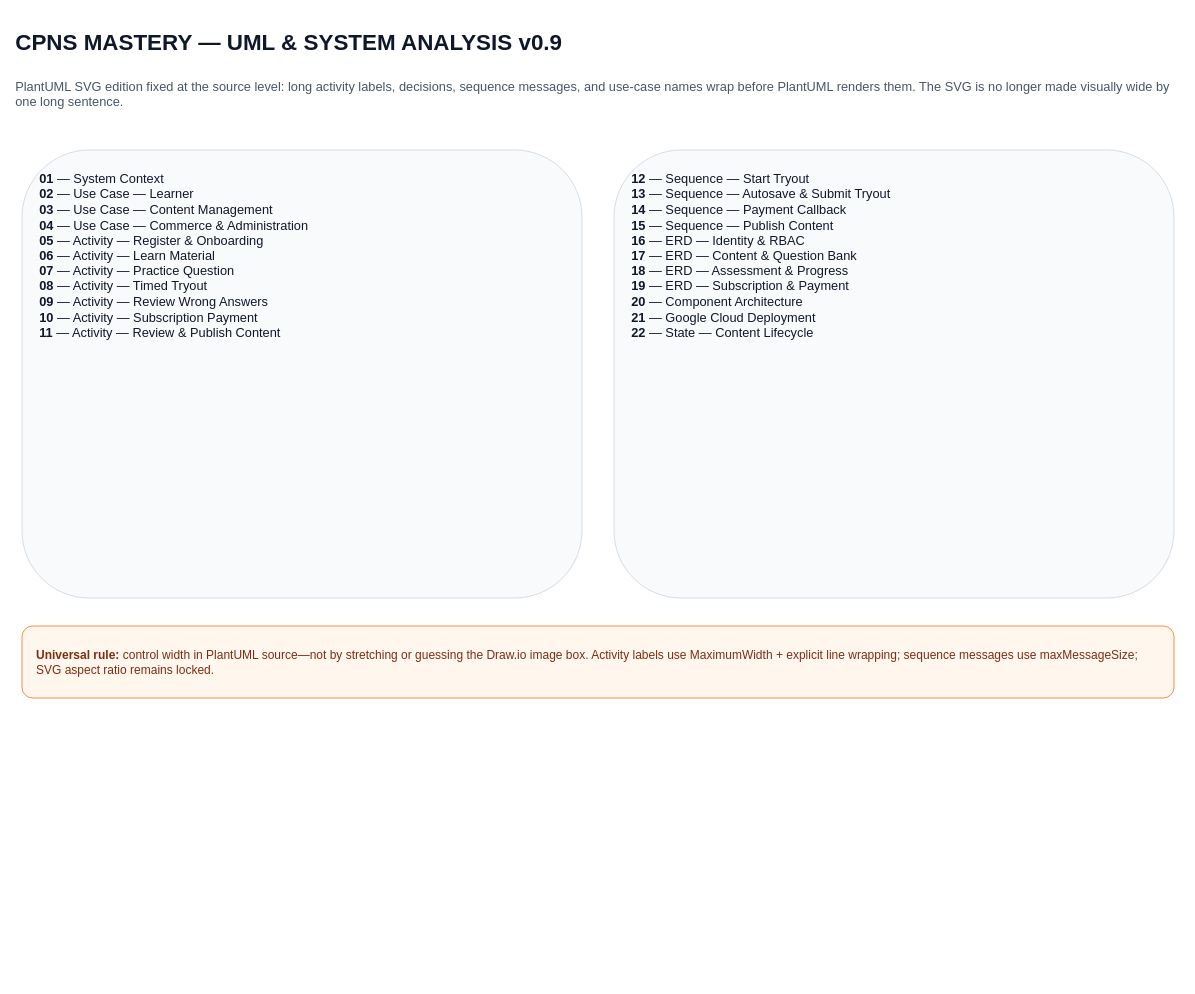
Above: page "00 · START HERE" (1 of 23) of PHASE 1 - PEMBAHASAN FLOW.drawio in cpnsbelajar791-hash/cpns-belajar.biz.id (draw.io), before the change. Source tidied: cells renumbered, new cells numbered last; positions are measured from the earlier drawing's top-left corner, leaving out a move shared by most shapes. Both pictures are drawn from the tidied source at 80%, with x=0, y=0 at pixel (14, 14).
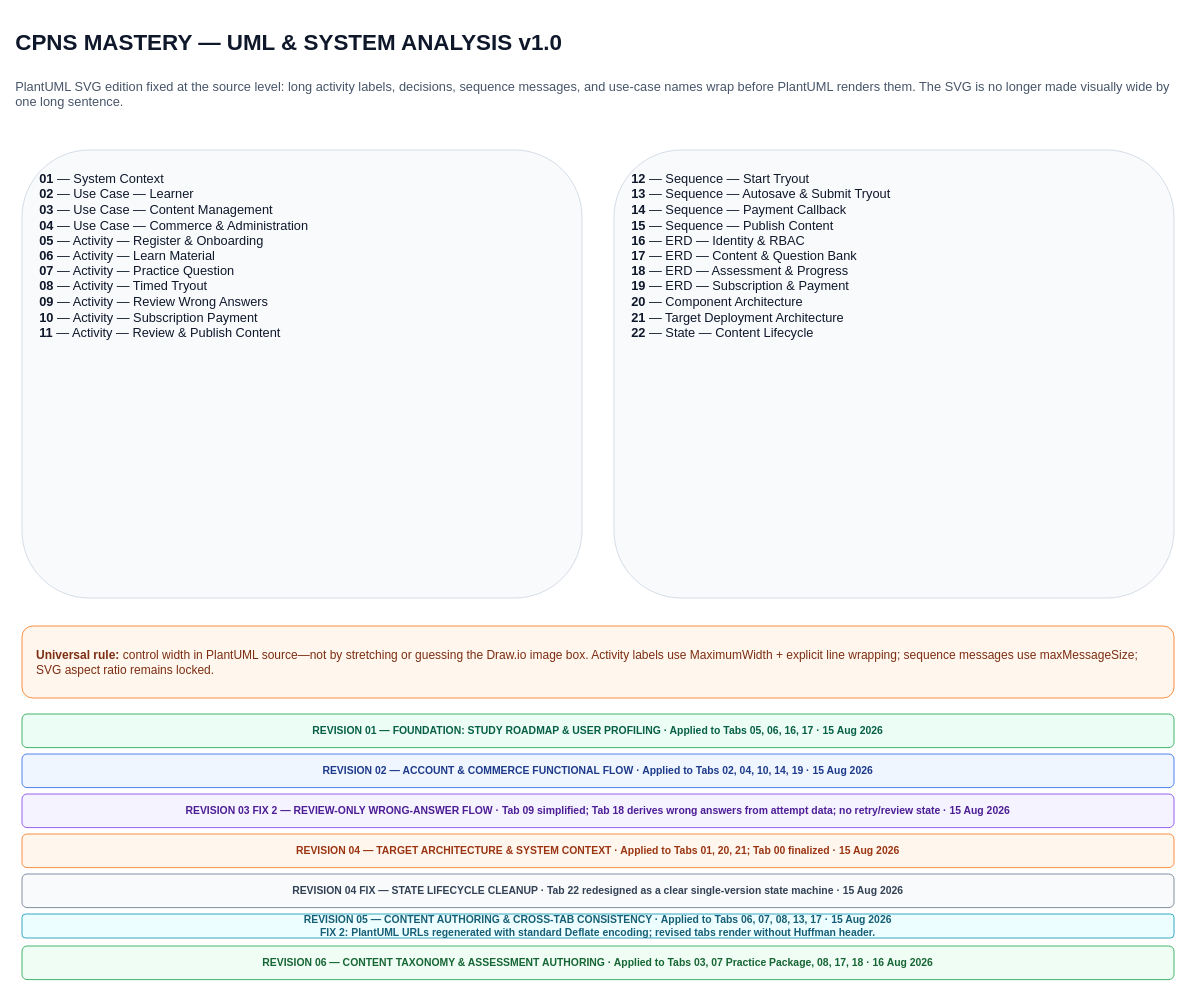
The same diagram, later.

Change to the diagram source:
```diff
@@
 <mxGraphModel background="#FFFFFF">
   <root>
     <mxCell id="0" />
     <mxCell id="1" parent="0" />
-    <mxCell id="2" value="CPNS MASTERY — UML &amp; SYSTEM ANALYSIS v0.9" style="text;html=1;strokeColor=none;fillColor=none;align=left;verticalAlign=middle;whiteSpace=wrap;fontSize=28;fontStyle=1;fontColor=#0F172A;" parent="1" vertex="1">
+    <mxCell id="2" value="CPNS MASTERY — UML &amp; SYSTEM ANALYSIS v1.0" style="text;html=1;strokeColor=none;fillColor=none;align=left;verticalAlign=middle;whiteSpace=wrap;fontSize=28;fontStyle=1;fontColor=#0F172A;" parent="1" vertex="1">
       <mxGeometry width="1460" height="70" as="geometry" />
     </mxCell>
     <mxCell id="3" value="PlantUML SVG edition fixed at the source level: long activity labels, decisions, sequence messages, and use-case names wrap before PlantUML renders them. The SVG is no longer made visually wide by one long sentence." style="text;html=1;strokeColor=none;fillColor=none;align=left;verticalAlign=top;whiteSpace=wrap;fontSize=16;fontColor=#475569;" parent="1" vertex="1">
       <mxGeometry y="75" width="1460" height="50" as="geometry" />
     </mxCell>
     <mxCell id="4" value="&lt;b&gt;01&lt;/b&gt; — System Context&lt;br&gt;&lt;b&gt;02&lt;/b&gt; — Use Case — Learner&lt;br&gt;&lt;b&gt;03&lt;/b&gt; — Use Case — Content Management&lt;br&gt;&lt;b&gt;04&lt;/b&gt; — Use Case — Commerce &amp; Administration&lt;br&gt;&lt;b&gt;05&lt;/b&gt; — Activity — Register &amp; Onboarding&lt;br&gt;&lt;b&gt;06&lt;/b&gt; — Activity — Learn Material&lt;br&gt;&lt;b&gt;07&lt;/b&gt; — Activity — Practice Question&lt;br&gt;&lt;b&gt;08&lt;/b&gt; — Activity — Timed Tryout&lt;br&gt;&lt;b&gt;09&lt;/b&gt; — Activity — Review Wrong Answers&lt;br&gt;&lt;b&gt;10&lt;/b&gt; — Activity — Subscription Payment&lt;br&gt;&lt;b&gt;11&lt;/b&gt; — Activity — Review &amp; Publish Content" style="rounded=1;whiteSpace=wrap;html=1;align=left;verticalAlign=top;spacing=22;fontSize=16;fillColor=#F8FAFC;strokeColor=#CBD5E1;fontColor=#0F172A;" parent="1" vertex="1">
       <mxGeometry x="10" y="170" width="700" height="560" as="geometry" />
     </mxCell>
-    <mxCell id="5" value="&lt;b&gt;12&lt;/b&gt; — Sequence — Start Tryout&lt;br&gt;&lt;b&gt;13&lt;/b&gt; — Sequence — Autosave &amp; Submit Tryout&lt;br&gt;&lt;b&gt;14&lt;/b&gt; — Sequence — Payment Callback&lt;br&gt;&lt;b&gt;15&lt;/b&gt; — Sequence — Publish Content&lt;br&gt;&lt;b&gt;16&lt;/b&gt; — ERD — Identity &amp; RBAC&lt;br&gt;&lt;b&gt;17&lt;/b&gt; — ERD — Content &amp; Question Bank&lt;br&gt;&lt;b&gt;18&lt;/b&gt; — ERD — Assessment &amp; Progress&lt;br&gt;&lt;b&gt;19&lt;/b&gt; — ERD — Subscription &amp; Payment&lt;br&gt;&lt;b&gt;20&lt;/b&gt; — Component Architecture&lt;br&gt;&lt;b&gt;21&lt;/b&gt; — Google Cloud Deployment&lt;br&gt;&lt;b&gt;22&lt;/b&gt; — State — Content Lifecycle" style="rounded=1;whiteSpace=wrap;html=1;align=left;verticalAlign=top;spacing=22;fontSize=16;fillColor=#F8FAFC;strokeColor=#CBD5E1;fontColor=#0F172A;" parent="1" vertex="1">
+    <mxCell id="5" value="&lt;b&gt;12&lt;/b&gt; — Sequence — Start Tryout&lt;br&gt;&lt;b&gt;13&lt;/b&gt; — Sequence — Autosave &amp; Submit Tryout&lt;br&gt;&lt;b&gt;14&lt;/b&gt; — Sequence — Payment Callback&lt;br&gt;&lt;b&gt;15&lt;/b&gt; — Sequence — Publish Content&lt;br&gt;&lt;b&gt;16&lt;/b&gt; — ERD — Identity &amp; RBAC&lt;br&gt;&lt;b&gt;17&lt;/b&gt; — ERD — Content &amp; Question Bank&lt;br&gt;&lt;b&gt;18&lt;/b&gt; — ERD — Assessment &amp; Progress&lt;br&gt;&lt;b&gt;19&lt;/b&gt; — ERD — Subscription &amp; Payment&lt;br&gt;&lt;b&gt;20&lt;/b&gt; — Component Architecture&lt;br&gt;&lt;b&gt;21&lt;/b&gt; — Target Deployment Architecture&lt;br&gt;&lt;b&gt;22&lt;/b&gt; — State — Content Lifecycle" style="rounded=1;whiteSpace=wrap;html=1;align=left;verticalAlign=top;spacing=22;fontSize=16;fillColor=#F8FAFC;strokeColor=#CBD5E1;fontColor=#0F172A;" parent="1" vertex="1">
       <mxGeometry x="750" y="170" width="700" height="560" as="geometry" />
     </mxCell>
     <mxCell id="6" value="&lt;b&gt;Universal rule:&lt;/b&gt; control width in PlantUML source—not by stretching or guessing the Draw.io image box. Activity labels use MaximumWidth + explicit line wrapping; sequence messages use maxMessageSize; SVG aspect ratio remains locked." style="rounded=1;whiteSpace=wrap;html=1;align=left;verticalAlign=middle;spacing=18;fontSize=15;fillColor=#FFF7ED;strokeColor=#F97316;fontColor=#7C2D12;" parent="1" vertex="1">
       <mxGeometry x="10" y="765" width="1440" height="90" as="geometry" />
     </mxCell>
+    <mxCell id="7" value="REVISION 01 — FOUNDATION: STUDY ROADMAP &amp;amp; USER PROFILING · Applied to Tabs 05, 06, 16, 17 · 15 Aug 2026" style="rounded=1;whiteSpace=wrap;html=1;align=center;verticalAlign=middle;fontSize=13;fontStyle=1;fillColor=#ECFDF5;strokeColor=#16A34A;fontColor=#065F46;" parent="1" vertex="1">
+      <mxGeometry x="10" y="875" width="1440" height="42" as="geometry" />
+    </mxCell>
+    <mxCell id="8" value="REVISION 02 — ACCOUNT &amp; COMMERCE FUNCTIONAL FLOW · Applied to Tabs 02, 04, 10, 14, 19 · 15 Aug 2026" style="rounded=1;whiteSpace=wrap;html=1;align=center;verticalAlign=middle;fontSize=13;fontStyle=1;fillColor=#EFF6FF;strokeColor=#2563EB;fontColor=#1E3A8A;" parent="1" vertex="1">
+      <mxGeometry x="10" y="925" width="1440" height="42" as="geometry" />
+    </mxCell>
+    <mxCell id="9" value="REVISION 03 FIX 2 — REVIEW-ONLY WRONG-ANSWER FLOW · Tab 09 simplified; Tab 18 derives wrong answers from attempt data; no retry/review state · 15 Aug 2026" style="rounded=1;whiteSpace=wrap;html=1;align=center;verticalAlign=middle;fontSize=13;fontStyle=1;fillColor=#F5F3FF;strokeColor=#7C3AED;fontColor=#4C1D95;" parent="1" vertex="1">
+      <mxGeometry x="10" y="975" width="1440" height="42" as="geometry" />
+    </mxCell>
+    <mxCell id="10" value="REVISION 04 — TARGET ARCHITECTURE &amp; SYSTEM CONTEXT · Applied to Tabs 01, 20, 21; Tab 00 finalized · 15 Aug 2026" style="rounded=1;whiteSpace=wrap;html=1;align=center;verticalAlign=middle;fontSize=13;fontStyle=1;fillColor=#FFF7ED;strokeColor=#F97316;fontColor=#9A3412;" parent="1" vertex="1">
+      <mxGeometry x="10" y="1025" width="1440" height="42" as="geometry" />
+    </mxCell>
+    <mxCell id="11" value="REVISION 04 FIX — STATE LIFECYCLE CLEANUP · Tab 22 redesigned as a clear single-version state machine · 15 Aug 2026" style="rounded=1;whiteSpace=wrap;html=1;align=center;verticalAlign=middle;fontSize=13;fontStyle=1;fillColor=#F8FAFC;strokeColor=#64748B;fontColor=#334155;" parent="1" vertex="1">
+      <mxGeometry x="10" y="1075" width="1440" height="42" as="geometry" />
+    </mxCell>
+    <mxCell id="12" value="REVISION 05 — CONTENT AUTHORING &amp;amp; CROSS-TAB CONSISTENCY · Applied to Tabs 06, 07, 08, 13, 17 · 15 Aug 2026&lt;br&gt;&lt;b&gt;FIX 2:&lt;/b&gt; PlantUML URLs regenerated with standard Deflate encoding; revised tabs render without Huffman header." style="rounded=1;whiteSpace=wrap;html=1;align=center;verticalAlign=middle;fontSize=13;fontStyle=1;fillColor=#ECFEFF;strokeColor=#0891B2;fontColor=#155E75;" parent="1" vertex="1">
+      <mxGeometry x="10" y="1125" width="1440" height="30" as="geometry" />
+    </mxCell>
+    <mxCell id="13" value="REVISION 06 — CONTENT TAXONOMY &amp;amp; ASSESSMENT AUTHORING · Applied to Tabs 03, 07 Practice Package, 08, 17, 18 · 16 Aug 2026" style="rounded=1;whiteSpace=wrap;html=1;align=center;verticalAlign=middle;fontSize=13;fontStyle=1;fillColor=#F0FDF4;strokeColor=#16A34A;fontColor=#166534;" parent="1" vertex="1">
+      <mxGeometry x="10" y="1165" width="1440" height="42" as="geometry" />
+    </mxCell>
   </root>
 </mxGraphModel>
```
